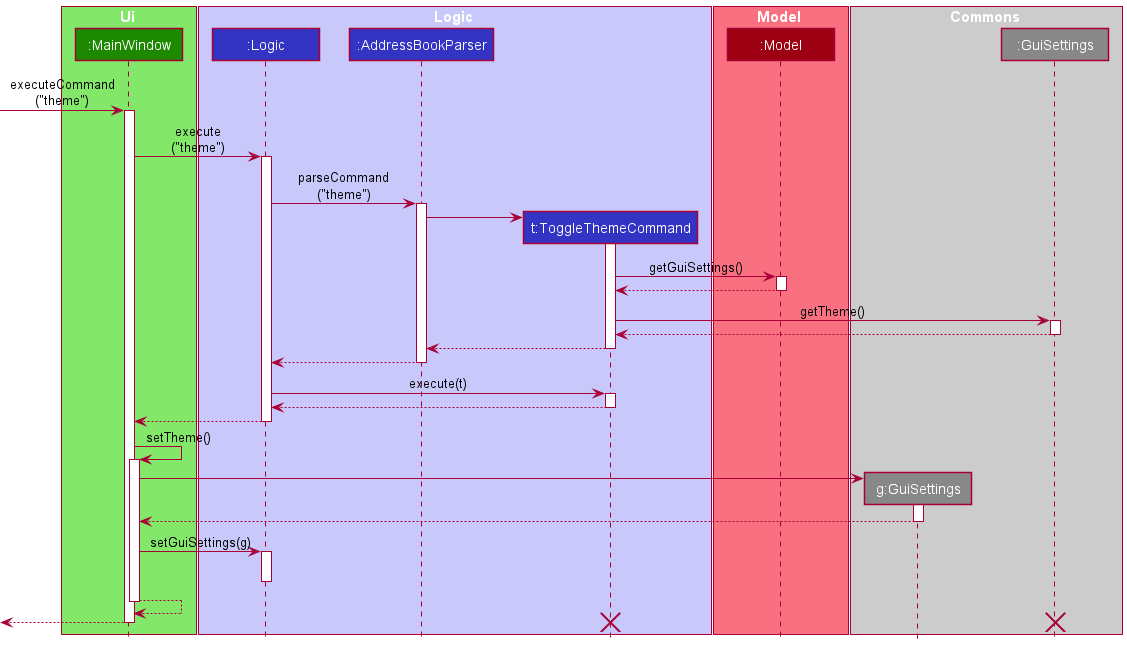
The PlantUML diagram docs/images/ThemeDiagram.png in nus-cs2103-AY2021S2/tp, before a commit.
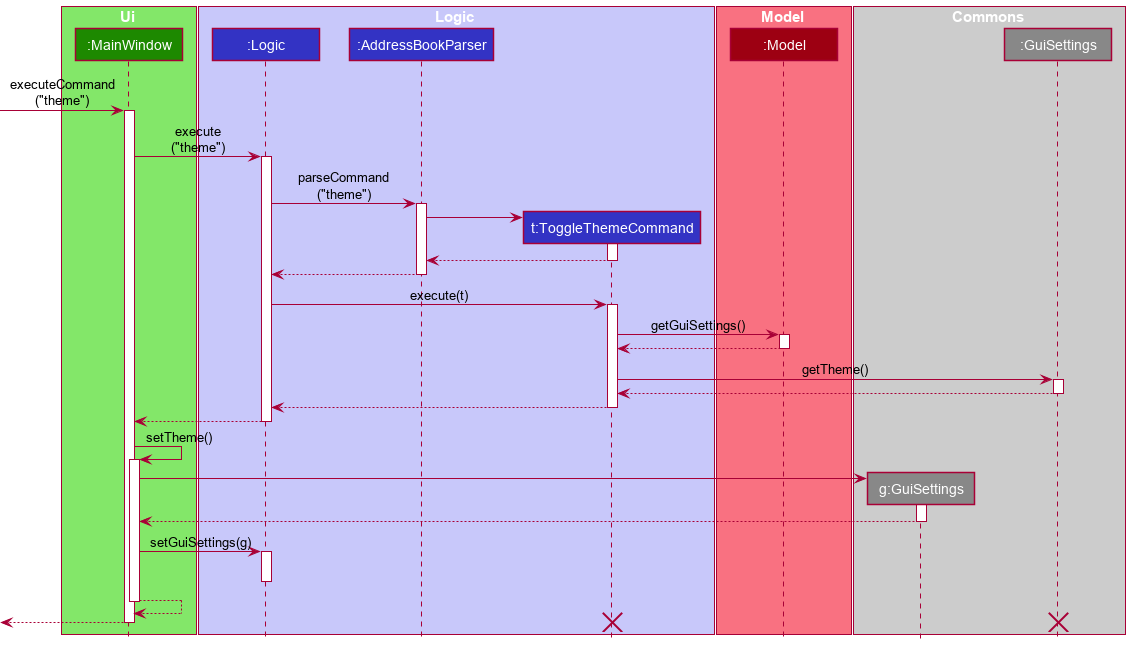
Later version of the same file.

Commit message:
Correct toggletheme uml diagram

What changed in the source:
```diff
@@ -22,6 +22,8 @@
 participant ":GuiSettings" as GuiSettings #888
 end box
 
+hide unlinked
+
 [-> MainWindow : executeCommand\n("theme")
 activate MainWindow
 MainWindow -> Logic : execute\n("theme")
@@ -33,6 +35,14 @@
 AddressBookParser -> ToggleThemeCommand
 activate ToggleThemeCommand
 
+
+ToggleThemeCommand --> AddressBookParser
+deactivate ToggleThemeCommand
+AddressBookParser --> Logic
+deactivate AddressBookParser
+Logic -> ToggleThemeCommand : execute(t)
+activate ToggleThemeCommand
+
 ToggleThemeCommand -> Model : getGuiSettings()
 activate Model
 Model --> ToggleThemeCommand
@@ -42,12 +52,6 @@
 GuiSettings --> ToggleThemeCommand
 deactivate GuiSettings
 
-ToggleThemeCommand --> AddressBookParser
-deactivate ToggleThemeCommand
-AddressBookParser --> Logic
-deactivate AddressBookParser
-Logic -> ToggleThemeCommand : execute(t)
-activate ToggleThemeCommand
 ToggleThemeCommand --> Logic
 deactivate ToggleThemeCommand
 Logic --> MainWindow
```
